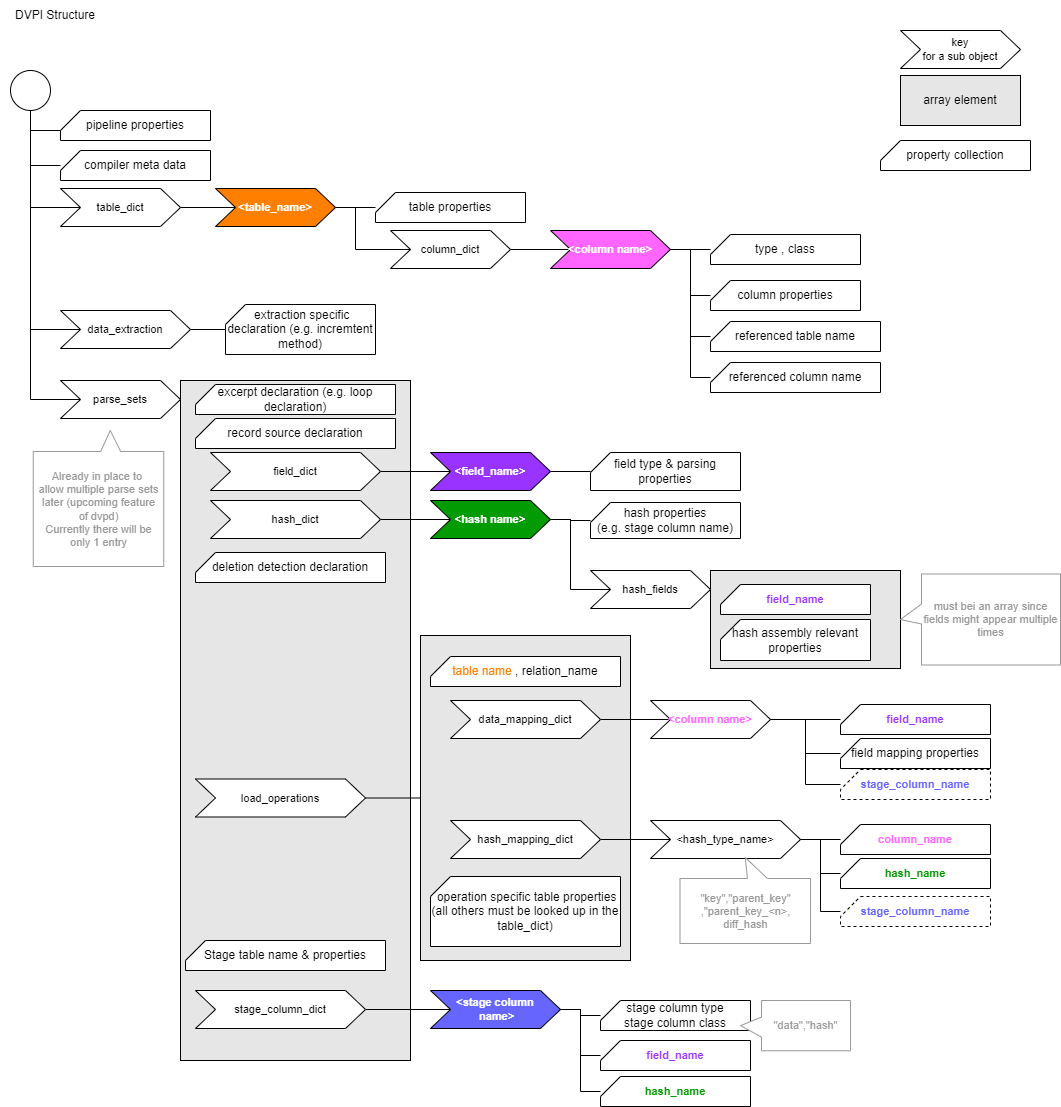
cimt-ag/data_vault_pipelinedescription keeps this draw.io diagram as documentation/images/DVPI_structure.drawio.png. Above is the earlier version. Source tidied: cells renumbered, new cells last; positions are measured from the earlier drawing's top-left corner, leaving out a move shared by most shapes.
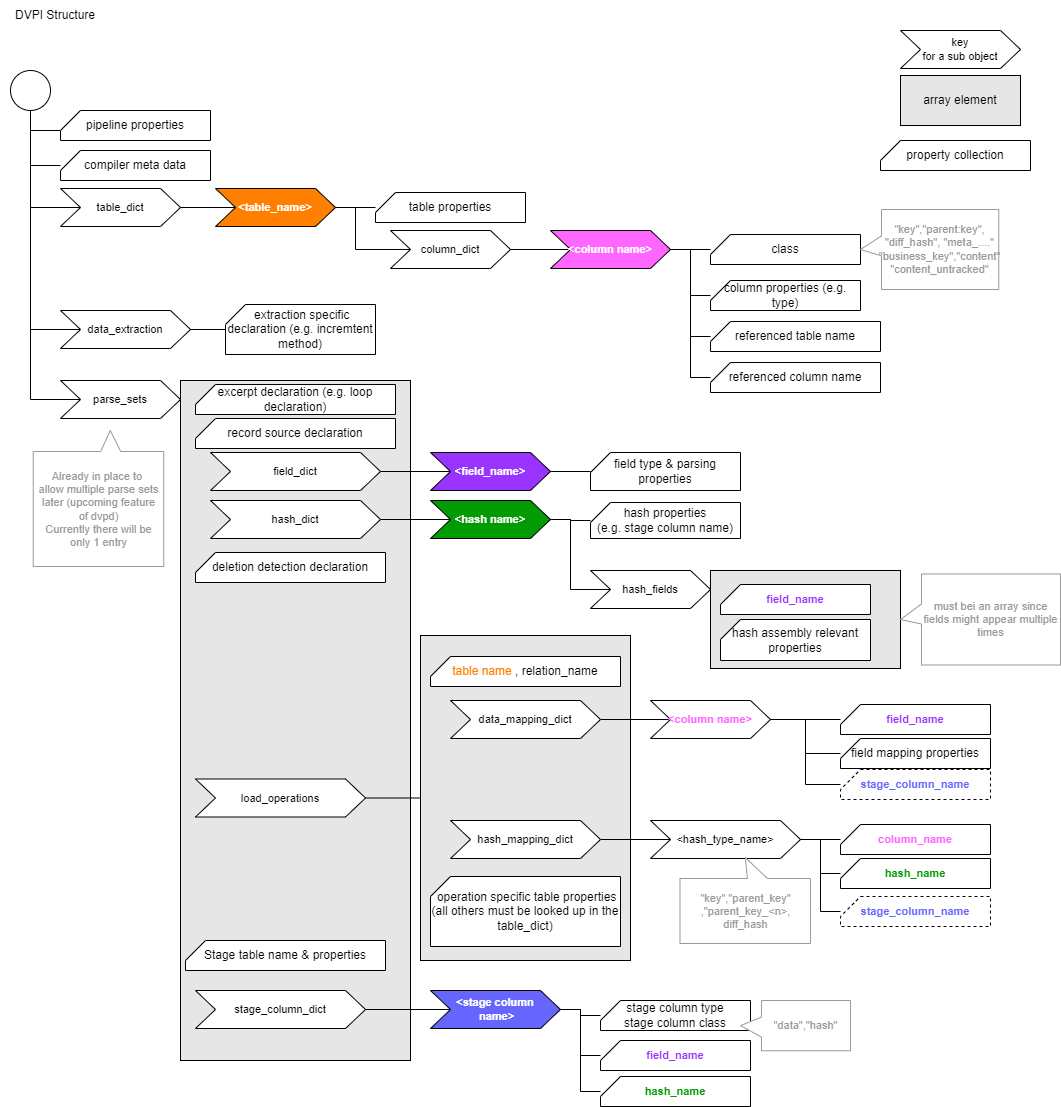
Above is the later version.

Change to the diagram source:
```diff
@@ -128,13 +128,13 @@
     <mxCell id="40" value="column_dict" style="shape=step;perimeter=stepPerimeter;whiteSpace=wrap;html=1;fixedSize=1;fontFamily=Helvetica;fontSize=11;fontColor=default;" parent="1" vertex="1">
       <mxGeometry x="390" y="230" width="120" height="38" as="geometry" />
     </mxCell>
-    <mxCell id="41" value="type , class" style="verticalLabelPosition=middle;verticalAlign=middle;html=1;shape=card;whiteSpace=wrap;size=20;arcSize=12;labelPosition=center;align=center;" parent="1" vertex="1">
+    <mxCell id="41" value="class" style="verticalLabelPosition=middle;verticalAlign=middle;html=1;shape=card;whiteSpace=wrap;size=20;arcSize=12;labelPosition=center;align=center;" parent="1" vertex="1">
       <mxGeometry x="710" y="234" width="150" height="30" as="geometry" />
     </mxCell>
     <mxCell id="42" style="edgeStyle=elbowEdgeStyle;shape=connector;rounded=0;jettySize=auto;html=1;labelBackgroundColor=default;strokeColor=default;fontFamily=Helvetica;fontSize=11;fontColor=default;endArrow=none;endFill=0;" parent="1" edge="1" source="43" target="50">
       <mxGeometry relative="1" as="geometry" />
     </mxCell>
-    <mxCell id="43" value="column properties" style="verticalLabelPosition=middle;verticalAlign=middle;html=1;shape=card;whiteSpace=wrap;size=20;arcSize=12;labelPosition=center;align=center;" parent="1" vertex="1">
+    <mxCell id="43" value="column properties (e.g. type)" style="verticalLabelPosition=middle;verticalAlign=middle;html=1;shape=card;whiteSpace=wrap;size=20;arcSize=12;labelPosition=center;align=center;" parent="1" vertex="1">
       <mxGeometry x="710" y="280" width="150" height="30" as="geometry" />
     </mxCell>
     <mxCell id="44" style="edgeStyle=orthogonalEdgeStyle;shape=connector;rounded=0;jettySize=auto;html=1;entryX=0.5;entryY=1;entryDx=0;entryDy=0;entryPerimeter=0;labelBackgroundColor=default;strokeColor=default;fontFamily=Helvetica;fontSize=11;fontColor=default;endArrow=none;endFill=0;" parent="1" edge="1" source="45" target="6">
@@ -278,5 +278,8 @@
     <mxCell id="90" value="&quot;data&quot;,&quot;hash&quot;" style="shape=callout;whiteSpace=wrap;html=1;perimeter=calloutPerimeter;fontFamily=Helvetica;fontSize=11;fontColor=#999999;size=21;position=0.33;direction=south;strokeColor=#999999;" parent="1" vertex="1">
       <mxGeometry x="740" y="1000" width="110" height="50.2" as="geometry" />
     </mxCell>
+    <mxCell id="91" value="&quot;key&quot;,&quot;parent:key&quot;, &quot;diff_hash&quot;, &quot;meta_....&quot;&lt;br&gt;&quot;business_key&quot;,&quot;content&quot;&lt;br&gt;&quot;content_untracked&quot;" style="shape=callout;whiteSpace=wrap;html=1;perimeter=calloutPerimeter;fontFamily=Helvetica;fontSize=11;fontColor=#999999;size=21;position=0.33;direction=south;strokeColor=#999999;" parent="1" vertex="1">
+      <mxGeometry x="860" y="209" width="138.2" height="80" as="geometry" />
+    </mxCell>
   </root>
 </mxGraphModel>
```
